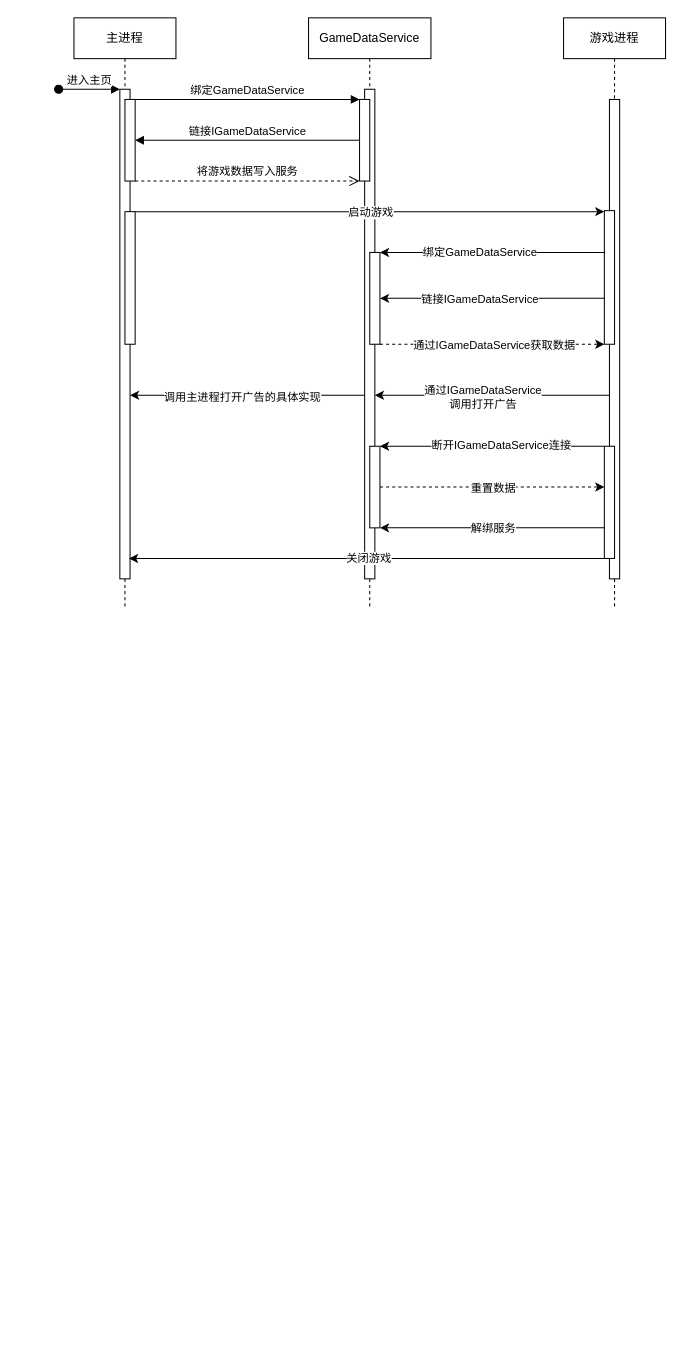
Earlier version of the draw.io diagram 未命名绘图.drawio (Discredited/Discredited.github.io). Source tidied: cells renumbered, new cells numbered last; positions are measured from the earlier drawing's top-left corner, leaving out a move shared by most shapes. Both pictures are drawn from the tidied source at 102%, with x=0, y=0 at pixel (58, 17).
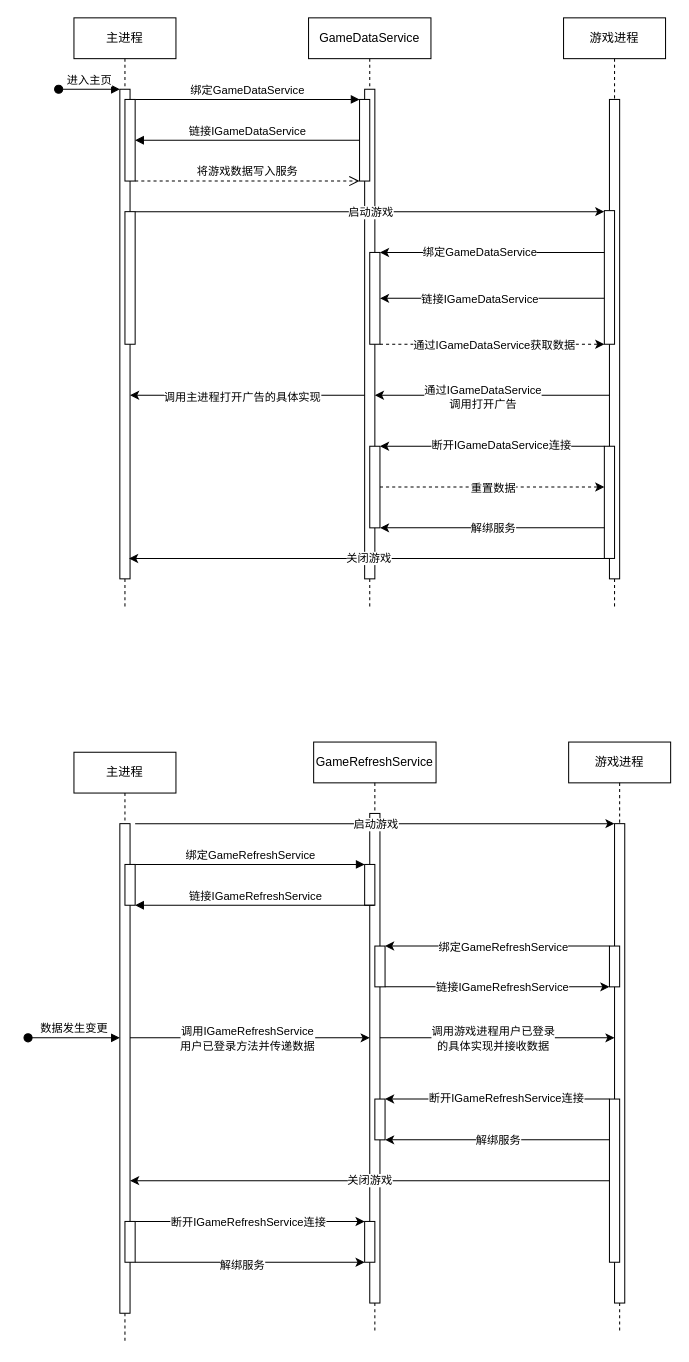
The same diagram, later.

Change to the diagram source:
```diff
@@
+    <mxCell id="39" value="主进程" style="shape=umlLifeline;perimeter=lifelinePerimeter;whiteSpace=wrap;html=1;newEdgeStyle={&quot;edgeStyle&quot;:&quot;elbowEdgeStyle&quot;,&quot;elbow&quot;:&quot;vertical&quot;,&quot;curved&quot;:0,&quot;rounded&quot;:0};" parent="1" vertex="1">
+      <mxGeometry x="15" y="720" width="100" height="580" as="geometry" />
+    </mxCell>
+    <mxCell id="40" style="html=1;points=[];perimeter=orthogonalPerimeter;outlineConnect=0;targetShapes=umlLifeline;portConstraint=eastwest;newEdgeStyle={&quot;edgeStyle&quot;:&quot;elbowEdgeStyle&quot;,&quot;elbow&quot;:&quot;vertical&quot;,&quot;curved&quot;:0,&quot;rounded&quot;:0};" parent="39" vertex="1">
+      <mxGeometry x="45" y="70" width="10" height="480" as="geometry" />
+    </mxCell>
+    <mxCell id="41" value="数据发生变更" style="html=1;verticalAlign=bottom;startArrow=oval;endArrow=block;startSize=8;edgeStyle=elbowEdgeStyle;elbow=vertical;curved=0;rounded=0;" parent="39" edge="1" target="40">
+      <mxGeometry relative="1" as="geometry">
+        <mxPoint x="-45" y="280" as="sourcePoint" />
+        <Array as="points">
+          <mxPoint x="-15" y="280" />
+          <mxPoint x="5" y="260" />
+          <mxPoint x="-15" y="180" />
+        </Array>
+      </mxGeometry>
+    </mxCell>
+    <mxCell id="42" style="html=1;points=[];perimeter=orthogonalPerimeter;outlineConnect=0;targetShapes=umlLifeline;portConstraint=eastwest;newEdgeStyle={&quot;edgeStyle&quot;:&quot;elbowEdgeStyle&quot;,&quot;elbow&quot;:&quot;vertical&quot;,&quot;curved&quot;:0,&quot;rounded&quot;:0};" parent="39" vertex="1">
+      <mxGeometry x="50" y="110" width="10" height="40" as="geometry" />
+    </mxCell>
+    <mxCell id="43" style="html=1;points=[];perimeter=orthogonalPerimeter;outlineConnect=0;targetShapes=umlLifeline;portConstraint=eastwest;newEdgeStyle={&quot;edgeStyle&quot;:&quot;elbowEdgeStyle&quot;,&quot;elbow&quot;:&quot;vertical&quot;,&quot;curved&quot;:0,&quot;rounded&quot;:0};" parent="39" vertex="1">
+      <mxGeometry x="50" y="460" width="10" height="40" as="geometry" />
+    </mxCell>
+    <mxCell id="44" value="GameRefreshService" style="shape=umlLifeline;perimeter=lifelinePerimeter;whiteSpace=wrap;html=1;outlineConnect=0;portConstraint=eastwest;newEdgeStyle={&quot;edgeStyle&quot;:&quot;elbowEdgeStyle&quot;,&quot;elbow&quot;:&quot;vertical&quot;,&quot;curved&quot;:0,&quot;rounded&quot;:0};" parent="1" vertex="1">
+      <mxGeometry x="250" y="710" width="120" height="580" as="geometry" />
+    </mxCell>
+    <mxCell id="45" style="html=1;points=[];perimeter=orthogonalPerimeter;outlineConnect=0;targetShapes=umlLifeline;portConstraint=eastwest;newEdgeStyle={&quot;edgeStyle&quot;:&quot;elbowEdgeStyle&quot;,&quot;elbow&quot;:&quot;vertical&quot;,&quot;curved&quot;:0,&quot;rounded&quot;:0};" parent="44" vertex="1">
+      <mxGeometry x="55" y="70" width="10" height="480" as="geometry" />
+    </mxCell>
+    <mxCell id="46" style="html=1;points=[];perimeter=orthogonalPerimeter;outlineConnect=0;targetShapes=umlLifeline;portConstraint=eastwest;newEdgeStyle={&quot;edgeStyle&quot;:&quot;elbowEdgeStyle&quot;,&quot;elbow&quot;:&quot;vertical&quot;,&quot;curved&quot;:0,&quot;rounded&quot;:0};" parent="44" vertex="1">
+      <mxGeometry x="60" y="200" width="10" height="40" as="geometry" />
+    </mxCell>
+    <mxCell id="47" style="html=1;perimeter=orthogonalPerimeter;targetShapes=umlLifeline;newEdgeStyle={&quot;edgeStyle&quot;:&quot;elbowEdgeStyle&quot;,&quot;elbow&quot;:&quot;vertical&quot;,&quot;curved&quot;:0,&quot;rounded&quot;:0};" parent="44" vertex="1">
+      <mxGeometry x="50" y="120" width="10" height="40" as="geometry" />
+    </mxCell>
+    <mxCell id="48" style="html=1;points=[];perimeter=orthogonalPerimeter;outlineConnect=0;targetShapes=umlLifeline;portConstraint=eastwest;newEdgeStyle={&quot;edgeStyle&quot;:&quot;elbowEdgeStyle&quot;,&quot;elbow&quot;:&quot;vertical&quot;,&quot;curved&quot;:0,&quot;rounded&quot;:0};" parent="44" vertex="1">
+      <mxGeometry x="60" y="350" width="10" height="40" as="geometry" />
+    </mxCell>
+    <mxCell id="49" style="html=1;points=[];perimeter=orthogonalPerimeter;outlineConnect=0;targetShapes=umlLifeline;portConstraint=eastwest;newEdgeStyle={&quot;edgeStyle&quot;:&quot;elbowEdgeStyle&quot;,&quot;elbow&quot;:&quot;vertical&quot;,&quot;curved&quot;:0,&quot;rounded&quot;:0};" parent="44" vertex="1">
+      <mxGeometry x="50" y="470" width="10" height="40" as="geometry" />
+    </mxCell>
+    <mxCell id="50" value="绑定GameRefreshService" style="html=1;verticalAlign=bottom;endArrow=block;edgeStyle=elbowEdgeStyle;elbow=vertical;curved=0;rounded=0;" parent="1" edge="1" source="42">
+      <mxGeometry relative="1" as="geometry">
+        <mxPoint x="300" y="830" as="targetPoint" />
+        <Array as="points">
+          <mxPoint x="215" y="830" />
+          <mxPoint x="130" y="790" />
+        </Array>
+      </mxGeometry>
+    </mxCell>
+    <mxCell id="51" value="链接IGameRefreshService" style="html=1;verticalAlign=bottom;endArrow=block;edgeStyle=elbowEdgeStyle;elbow=horizontal;curved=0;rounded=0;" parent="1" edge="1" source="44" target="42">
+      <mxGeometry relative="1" as="geometry">
+        <Array as="points">
+          <mxPoint x="175" y="870" />
+          <mxPoint x="140" y="830" />
+        </Array>
+      </mxGeometry>
+    </mxCell>
+    <mxCell id="52" value="游戏进程" style="shape=umlLifeline;perimeter=lifelinePerimeter;whiteSpace=wrap;html=1;newEdgeStyle={&quot;edgeStyle&quot;:&quot;elbowEdgeStyle&quot;,&quot;elbow&quot;:&quot;vertical&quot;,&quot;curved&quot;:0,&quot;rounded&quot;:0};" parent="1" vertex="1">
+      <mxGeometry x="500" y="710" width="100" height="580" as="geometry" />
+    </mxCell>
+    <mxCell id="53" style="html=1;perimeter=orthogonalPerimeter;targetShapes=umlLifeline;newEdgeStyle={&quot;edgeStyle&quot;:&quot;elbowEdgeStyle&quot;,&quot;elbow&quot;:&quot;vertical&quot;,&quot;curved&quot;:0,&quot;rounded&quot;:0};" parent="52" vertex="1">
+      <mxGeometry x="45" y="80" width="10" height="470" as="geometry" />
+    </mxCell>
+    <mxCell id="54" style="html=1;perimeter=orthogonalPerimeter;targetShapes=umlLifeline;newEdgeStyle={&quot;edgeStyle&quot;:&quot;elbowEdgeStyle&quot;,&quot;elbow&quot;:&quot;vertical&quot;,&quot;curved&quot;:0,&quot;rounded&quot;:0};" parent="52" vertex="1">
+      <mxGeometry x="40" y="200" width="10" height="40" as="geometry" />
+    </mxCell>
+    <mxCell id="55" style="html=1;points=[];perimeter=orthogonalPerimeter;outlineConnect=0;targetShapes=umlLifeline;portConstraint=eastwest;newEdgeStyle={&quot;edgeStyle&quot;:&quot;elbowEdgeStyle&quot;,&quot;elbow&quot;:&quot;vertical&quot;,&quot;curved&quot;:0,&quot;rounded&quot;:0};" parent="52" vertex="1">
+      <mxGeometry x="40" y="350" width="10" height="160" as="geometry" />
+    </mxCell>
+    <mxCell id="56" style="edgeStyle=elbowEdgeStyle;rounded=0;orthogonalLoop=1;jettySize=auto;html=1;elbow=vertical;curved=0;" parent="1" edge="1">
+      <mxGeometry relative="1" as="geometry">
+        <mxPoint x="75" y="790" as="sourcePoint" />
+        <mxPoint x="545" y="790" as="targetPoint" />
+        <Array as="points">
+          <mxPoint x="145" y="790" />
+          <mxPoint x="100" y="900" />
+        </Array>
+      </mxGeometry>
+    </mxCell>
+    <mxCell id="57" value="启动游戏" style="edgeLabel;html=1;align=center;verticalAlign=middle;" parent="56" vertex="1">
+      <mxGeometry x="0.05" y="-2" relative="1" as="geometry">
+        <mxPoint x="-12" y="-2" as="offset" />
+      </mxGeometry>
+    </mxCell>
+    <mxCell id="58" style="edgeStyle=elbowEdgeStyle;rounded=0;orthogonalLoop=1;jettySize=auto;html=1;elbow=vertical;curved=0;" parent="1" edge="1">
+      <mxGeometry relative="1" as="geometry">
+        <mxPoint x="540" y="910" as="sourcePoint" />
+        <mxPoint x="320" y="910" as="targetPoint" />
+        <Array as="points">
+          <mxPoint x="326" y="910" />
+          <mxPoint x="516" y="1050" />
+        </Array>
+      </mxGeometry>
+    </mxCell>
+    <mxCell id="59" value="绑定GameRefreshService" style="edgeLabel;html=1;align=center;verticalAlign=middle;" parent="58" vertex="1">
+      <mxGeometry x="-0.33" y="-1" relative="1" as="geometry">
+        <mxPoint x="-31" y="1" as="offset" />
+      </mxGeometry>
+    </mxCell>
+    <mxCell id="60" style="edgeStyle=elbowEdgeStyle;rounded=0;orthogonalLoop=1;jettySize=auto;html=1;elbow=vertical;curved=0;" parent="1" edge="1">
+      <mxGeometry relative="1" as="geometry">
+        <mxPoint x="540" y="1140" as="sourcePoint" />
+        <mxPoint x="70" y="1140" as="targetPoint" />
+        <Array as="points">
+          <mxPoint x="400" y="1140" />
+          <mxPoint x="270" y="1150" />
+        </Array>
+      </mxGeometry>
+    </mxCell>
+    <mxCell id="61" value="关闭游戏" style="edgeLabel;html=1;align=center;verticalAlign=middle;" parent="60" vertex="1">
+      <mxGeometry x="0.33" y="-1" relative="1" as="geometry">
+        <mxPoint x="77" as="offset" />
+      </mxGeometry>
+    </mxCell>
+    <mxCell id="62" style="edgeStyle=elbowEdgeStyle;rounded=0;jettySize=auto;html=1;elbow=horizontal;curved=0;" parent="1" edge="1" source="55" target="48">
+      <mxGeometry relative="1" as="geometry">
+        <Array as="points">
+          <mxPoint x="355" y="1060" />
+          <mxPoint x="410" y="1130" />
+        </Array>
+      </mxGeometry>
+    </mxCell>
+    <mxCell id="63" value="断开IGameRefreshService连接" style="edgeLabel;html=1;align=center;verticalAlign=middle;" parent="62" vertex="1">
+      <mxGeometry x="-0.07" y="-2" relative="1" as="geometry" />
+    </mxCell>
+    <mxCell id="64" style="edgeStyle=elbowEdgeStyle;rounded=0;jettySize=auto;html=1;elbow=horizontal;curved=0;" parent="1" edge="1" source="55" target="48">
+      <mxGeometry relative="1" as="geometry">
+        <Array as="points">
+          <mxPoint x="355" y="1100" />
+          <mxPoint x="355" y="1110" />
+          <mxPoint x="375" y="1120" />
+          <mxPoint x="400" y="1210" />
+          <mxPoint x="380" y="1200" />
+        </Array>
+      </mxGeometry>
+    </mxCell>
+    <mxCell id="65" value="解绑服务" style="edgeLabel;html=1;align=center;verticalAlign=middle;" parent="64" vertex="1">
+      <mxGeometry x="0.2" y="2" relative="1" as="geometry">
+        <mxPoint x="22" y="-2" as="offset" />
+      </mxGeometry>
+    </mxCell>
+    <mxCell id="66" style="edgeStyle=elbowEdgeStyle;rounded=0;jettySize=auto;html=1;elbow=vertical;curved=0;" parent="1" edge="1" source="46">
+      <mxGeometry relative="1" as="geometry">
+        <mxPoint x="540" y="950" as="targetPoint" />
+      </mxGeometry>
+    </mxCell>
+    <mxCell id="67" value="链接IGameRefreshService" style="edgeLabel;html=1;align=center;verticalAlign=middle;" parent="66" vertex="1">
+      <mxGeometry x="0.38" y="-2" relative="1" as="geometry">
+        <mxPoint x="-38" y="-2" as="offset" />
+      </mxGeometry>
+    </mxCell>
+    <mxCell id="68" style="edgeStyle=elbowEdgeStyle;rounded=0;jettySize=auto;html=1;elbow=vertical;curved=0;" parent="1" edge="1" source="40" target="45">
+      <mxGeometry relative="1" as="geometry">
+        <Array as="points">
+          <mxPoint x="275" y="1000" />
+          <mxPoint x="105" y="990" />
+        </Array>
+      </mxGeometry>
+    </mxCell>
+    <mxCell id="69" value="调用IGameRefreshService&lt;br&gt;用户已登录方法并传递数据" style="edgeLabel;html=1;align=center;verticalAlign=middle;" parent="68" vertex="1">
+      <mxGeometry x="0.35" y="3" relative="1" as="geometry">
+        <mxPoint x="-45" y="3" as="offset" />
+      </mxGeometry>
+    </mxCell>
+    <mxCell id="70" style="edgeStyle=elbowEdgeStyle;rounded=0;jettySize=auto;html=1;elbow=vertical;curved=0;" parent="1" edge="1" source="45">
+      <mxGeometry relative="1" as="geometry">
+        <mxPoint x="545" y="1000" as="targetPoint" />
+        <Array as="points">
+          <mxPoint x="435" y="1000" />
+        </Array>
+      </mxGeometry>
+    </mxCell>
+    <mxCell id="71" value="调用游戏进程用户已登录&lt;br&gt;的具体实现并接收数据" style="edgeLabel;html=1;align=center;verticalAlign=middle;" parent="70" vertex="1">
+      <mxGeometry x="0.44" y="1" relative="1" as="geometry">
+        <mxPoint x="-56" y="1" as="offset" />
+      </mxGeometry>
+    </mxCell>
+    <mxCell id="72" style="edgeStyle=elbowEdgeStyle;rounded=0;jettySize=auto;html=1;elbow=vertical;curved=0;" parent="1" edge="1" source="43" target="49">
+      <mxGeometry relative="1" as="geometry">
+        <Array as="points">
+          <mxPoint x="185" y="1180" />
+          <mxPoint x="255" y="1190" />
+        </Array>
+      </mxGeometry>
+    </mxCell>
+    <mxCell id="73" value="断开IGameRefreshService连接" style="edgeLabel;html=1;align=center;verticalAlign=middle;" parent="72" vertex="1">
+      <mxGeometry x="0.25" relative="1" as="geometry">
+        <mxPoint x="-31" as="offset" />
+      </mxGeometry>
+    </mxCell>
+    <mxCell id="74" style="edgeStyle=elbowEdgeStyle;rounded=0;jettySize=auto;html=1;elbow=vertical;curved=0;" parent="1" edge="1" source="43" target="49">
+      <mxGeometry relative="1" as="geometry">
+        <Array as="points">
+          <mxPoint x="265" y="1220" />
+        </Array>
+      </mxGeometry>
+    </mxCell>
+    <mxCell id="75" value="解绑服务" style="edgeLabel;html=1;align=center;verticalAlign=middle;" parent="74" vertex="1">
+      <mxGeometry x="-0.08" y="-2" relative="1" as="geometry" />
+    </mxCell>
```
